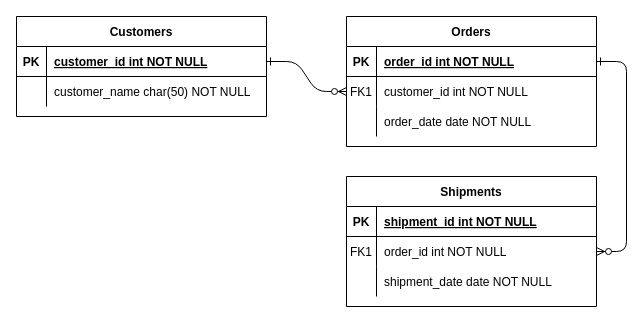
The draw.io diagram AdvancedDbProject/CrowFootModel.drawio in barhi-ram/DataBase-SQL-Lab, before the edit. Source tidied: cells renumbered, new cells numbered last; positions are measured from the earlier drawing's top-left corner, leaving out a move shared by most shapes. Both pictures are drawn from the tidied source at 100%, with x=0, y=0 at pixel (16, 16).
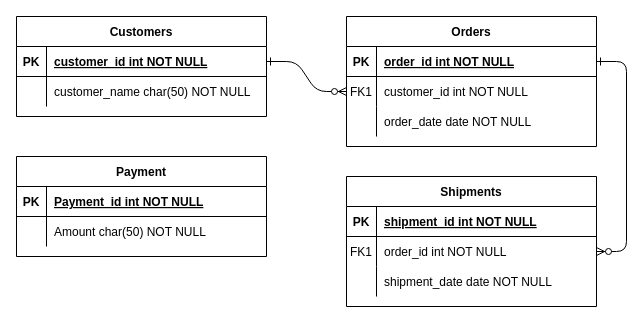
The same page after the edit.

Diff of the diagram source:
```diff
@@
+    <mxCell id="31" value="Payment" style="shape=table;startSize=30;childLayout=tableLayout;rowLines=0;fontStyle=1;align=center;" parent="1" vertex="1">
+      <mxGeometry y="140" width="250" height="100" as="geometry" />
+    </mxCell>
+    <mxCell id="32" style="shape=partialRectangle;fillColor=none;top=0;left=0;right=0;bottom=1;" parent="31" vertex="1">
+      <mxGeometry y="30" width="250" height="30" as="geometry" />
+    </mxCell>
+    <mxCell id="33" value="PK" style="shape=partialRectangle;overflow=hidden;fillColor=none;top=0;left=0;bottom=0;right=0;fontStyle=1;" parent="32" vertex="1">
+      <mxGeometry width="30" height="30" as="geometry" />
+    </mxCell>
+    <mxCell id="34" value="Payment_id int NOT NULL " style="shape=partialRectangle;overflow=hidden;fillColor=none;top=0;left=0;bottom=0;right=0;align=left;spacingLeft=6;fontStyle=5;" parent="32" vertex="1">
+      <mxGeometry x="30" width="220" height="30" as="geometry" />
+    </mxCell>
+    <mxCell id="35" style="shape=partialRectangle;fillColor=none;top=0;left=0;right=0;bottom=0;" parent="31" vertex="1">
+      <mxGeometry y="60" width="250" height="30" as="geometry" />
+    </mxCell>
+    <mxCell id="36" style="shape=partialRectangle;overflow=hidden;fillColor=none;top=0;left=0;bottom=0;right=0;" parent="35" vertex="1">
+      <mxGeometry width="30" height="30" as="geometry" />
+    </mxCell>
+    <mxCell id="37" value="Amount char(50) NOT NULL" style="shape=partialRectangle;overflow=hidden;fillColor=none;top=0;left=0;bottom=0;right=0;align=left;spacingLeft=6;" parent="35" vertex="1">
+      <mxGeometry x="30" width="220" height="30" as="geometry" />
+    </mxCell>
```
